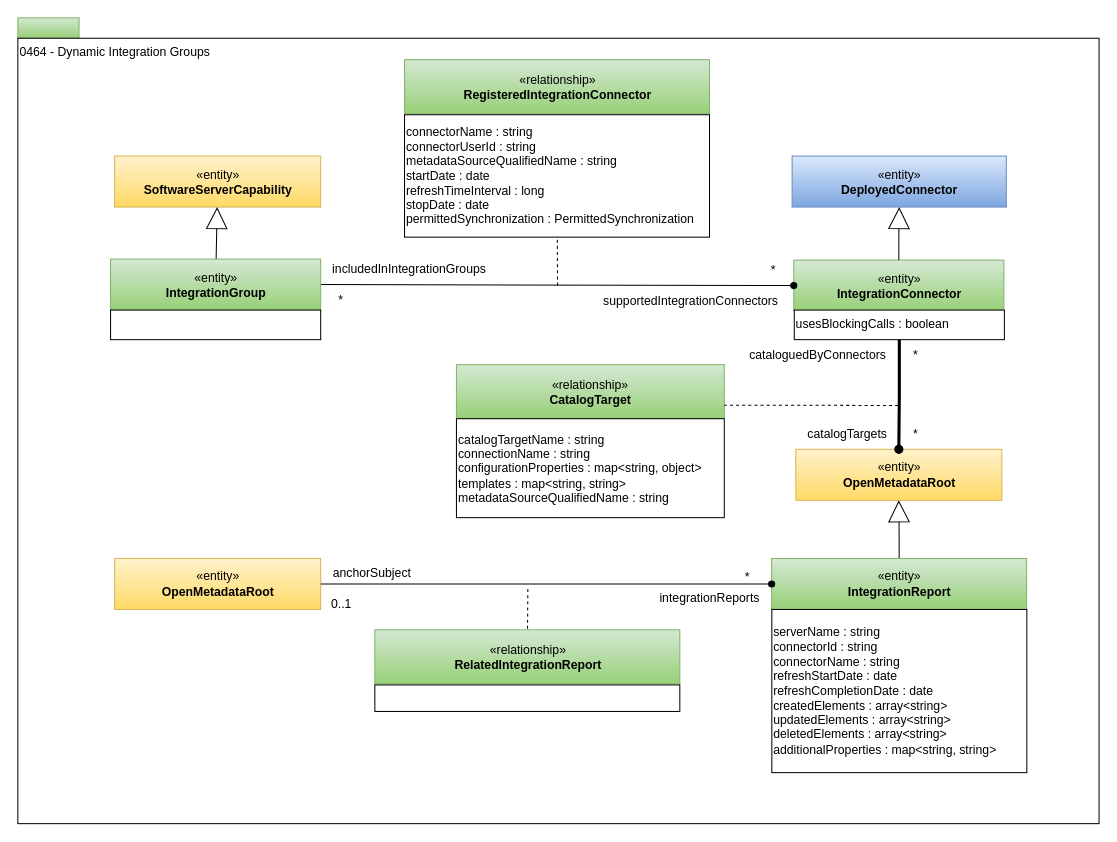
This is page "0464-Dynamic-Integration-Groups" (24 of 32) of site/docs/types/4/area-4-governance.drawio from odpi/egeria-docs, a draw.io file, before an edit. Source tidied: cells renumbered, new cells numbered last; positions are measured from the earlier drawing's top-left corner, leaving out a move shared by most shapes. Both pictures are drawn from the tidied source at 102%, with x=0, y=0 at pixel (17, 17).
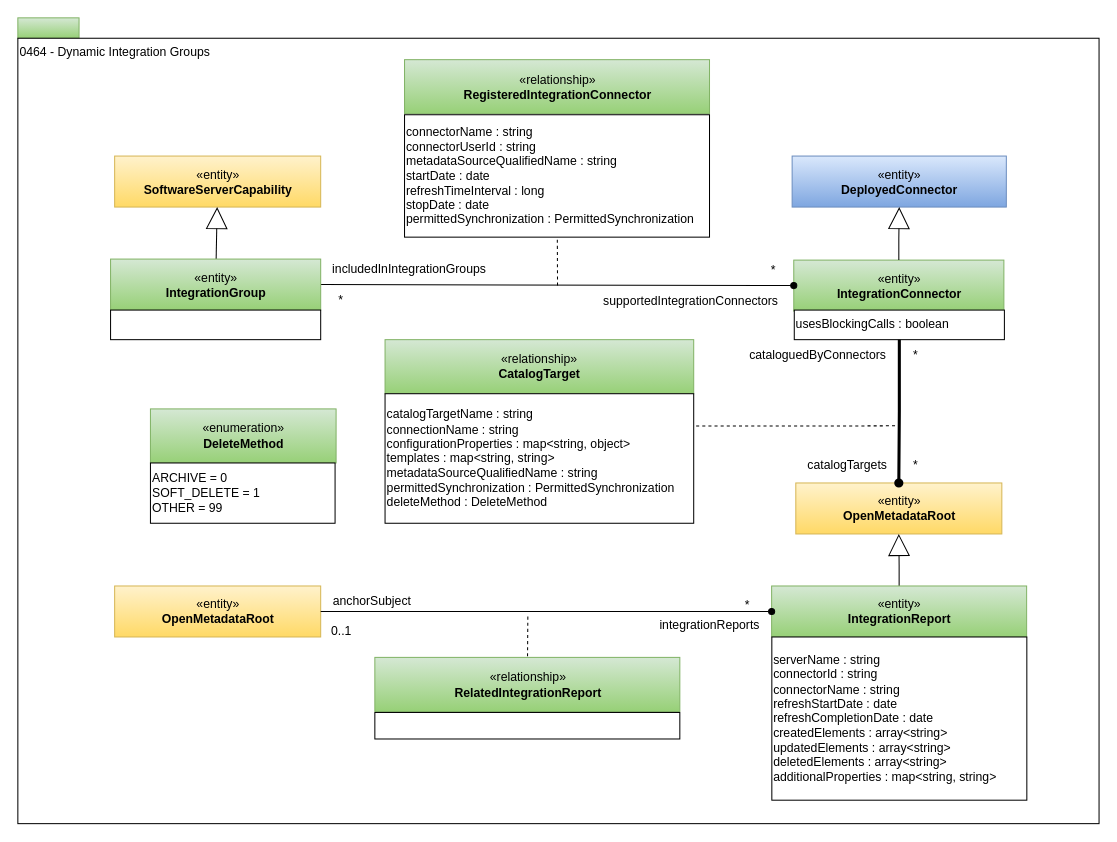
After the change.

Change to the diagram source:
```diff
@@
     <mxCell id="20" value="«entity»&lt;br&gt;&lt;b&gt;OpenMetadataRoot&lt;/b&gt;" style="html=1;strokeColor=#d6b656;align=center;fillColor=#fff2cc;gradientColor=#ffd966;" parent="1" vertex="1">
-      <mxGeometry x="762.7" y="423" width="202" height="50" as="geometry" />
+      <mxGeometry x="762.7" y="456" width="202" height="50" as="geometry" />
     </mxCell>
     <mxCell id="21" value="«relationship»&lt;br&gt;&lt;b&gt;CatalogTarget&lt;/b&gt;" style="html=1;strokeColor=#82b366;align=center;fillColor=#d5e8d4;gradientColor=#97d077;" parent="1" vertex="1">
-      <mxGeometry x="430" y="340" width="262.6" height="53" as="geometry" />
+      <mxGeometry x="360" y="315.5" width="302.6" height="53" as="geometry" />
     </mxCell>
-    <mxCell id="22" style="endArrow=none;dashed=1;html=1;entryX=1;entryY=0.75;entryDx=0;entryDy=0;" parent="1" edge="1" target="21">
+    <mxCell id="22" style="endArrow=none;dashed=1;html=1;entryX=1;entryY=0.25;entryDx=0;entryDy=0;" parent="1" edge="1" target="23">
       <mxGeometry relative="1" as="geometry">
-        <mxPoint x="863.1" y="380" as="sourcePoint" />
+        <mxPoint x="860" y="400" as="sourcePoint" />
       </mxGeometry>
     </mxCell>
-    <mxCell id="23" value="catalogTargetName : string&lt;div&gt;connectionName : string&lt;br&gt;configurationProperties : map&amp;lt;string, object&amp;gt;&lt;/div&gt;&lt;div&gt;templates : map&amp;lt;string, string&amp;gt;&lt;br&gt;metadataSourceQualifiedName : string&lt;/div&gt;" style="rounded=0;whiteSpace=wrap;html=1;strokeColor=#000000;align=left;fillColor=#ffffff;" parent="1" vertex="1">
-      <mxGeometry x="430" y="393" width="262.6" height="97" as="geometry" />
+    <mxCell id="23" value="catalogTargetName : string&lt;div&gt;connectionName : string&lt;br&gt;configurationProperties : map&amp;lt;string, object&amp;gt;&lt;/div&gt;&lt;div&gt;templates : map&amp;lt;string, string&amp;gt;&lt;br&gt;metadataSourceQualifiedName : string&lt;/div&gt;&lt;div&gt;permittedSynchronization : PermittedSynchronization&lt;/div&gt;&lt;div&gt;deleteMethod : DeleteMethod&lt;/div&gt;" style="rounded=0;whiteSpace=wrap;html=1;strokeColor=#000000;align=left;fillColor=#ffffff;" parent="1" vertex="1">
+      <mxGeometry x="360" y="368.5" width="302.6" height="127" as="geometry" />
     </mxCell>
@@
     <mxCell id="25" value="*" style="text;html=1;align=center;verticalAlign=middle;strokeColor=none;fillColor=none;" parent="1" vertex="1">
-      <mxGeometry x="864.7" y="393" width="30" height="30" as="geometry" />
+      <mxGeometry x="864.7" y="424" width="30" height="30" as="geometry" />
     </mxCell>
@@
     <mxCell id="27" value="catalogTargets" style="text;html=1;align=center;verticalAlign=middle;strokeColor=none;fillColor=none;" parent="1" vertex="1">
-      <mxGeometry x="762.7" y="393" width="100" height="30" as="geometry" />
+      <mxGeometry x="762.7" y="424" width="100" height="30" as="geometry" />
     </mxCell>
@@
     <mxCell id="29" value="«entity»&lt;br&gt;&lt;b&gt;OpenMetadataRoot&lt;/b&gt;" style="html=1;strokeColor=#d6b656;align=center;fillColor=#fff2cc;gradientColor=#ffd966;" parent="1" vertex="1">
-      <mxGeometry x="94.9" y="530" width="202" height="50" as="geometry" />
+      <mxGeometry x="94.9" y="557" width="202" height="50" as="geometry" />
     </mxCell>
@@
     <mxCell id="31" value="«entity»&lt;br&gt;&lt;b&gt;IntegrationReport&lt;/b&gt;" style="html=1;strokeColor=#82b366;align=center;fillColor=#d5e8d4;gradientColor=#97d077;" parent="1" vertex="1">
-      <mxGeometry x="739" y="530" width="250" height="50" as="geometry" />
+      <mxGeometry x="739" y="557" width="250" height="50" as="geometry" />
     </mxCell>
     <mxCell id="32" value="serverName : string&lt;br&gt;connectorId : string&lt;br&gt;connectorName : string&lt;br&gt;refreshStartDate : date&lt;br&gt;refreshCompletionDate : date&lt;br&gt;createdElements : array&amp;lt;string&amp;gt;&lt;br&gt;updatedElements : array&amp;lt;string&amp;gt;&lt;br&gt;deletedElements : array&amp;lt;string&amp;gt;&lt;br&gt;additionalProperties : map&amp;lt;string, string&amp;gt;" style="rounded=0;whiteSpace=wrap;html=1;strokeColor=#000000;gradientColor=#ffffff;align=left;" parent="1" vertex="1">
-      <mxGeometry x="739.2" y="580" width="250" height="160" as="geometry" />
+      <mxGeometry x="739.2" y="607" width="250" height="160" as="geometry" />
     </mxCell>
@@
     <mxCell id="34" value="anchorSubject" style="text;html=1;align=center;verticalAlign=middle;strokeColor=none;fillColor=none;" parent="1" vertex="1">
-      <mxGeometry x="296.9" y="530" width="100" height="30" as="geometry" />
+      <mxGeometry x="296.9" y="557" width="100" height="30" as="geometry" />
     </mxCell>
     <mxCell id="35" value="integrationReports" style="text;html=1;align=center;verticalAlign=middle;strokeColor=none;fillColor=none;" parent="1" vertex="1">
-      <mxGeometry x="618.1" y="554" width="120" height="30" as="geometry" />
+      <mxGeometry x="618.1" y="581" width="120" height="30" as="geometry" />
     </mxCell>
     <mxCell id="36" value="0..1" style="text;html=1;align=center;verticalAlign=middle;strokeColor=none;fillColor=none;" parent="1" vertex="1">
-      <mxGeometry x="296.9" y="560" width="40" height="30" as="geometry" />
+      <mxGeometry x="296.9" y="587" width="40" height="30" as="geometry" />
     </mxCell>
     <mxCell id="37" value="*" style="text;html=1;align=center;verticalAlign=middle;strokeColor=none;fillColor=none;" parent="1" vertex="1">
-      <mxGeometry x="699.7" y="534" width="30" height="30" as="geometry" />
+      <mxGeometry x="699.7" y="561" width="30" height="30" as="geometry" />
     </mxCell>
     <mxCell id="38" value="«relationship»&lt;br&gt;&lt;b&gt;RelatedIntegrationReport&lt;/b&gt;" style="html=1;strokeColor=#82b366;align=center;fillColor=#d5e8d4;gradientColor=#97d077;" parent="1" vertex="1">
-      <mxGeometry x="350" y="600" width="299" height="53" as="geometry" />
+      <mxGeometry x="350" y="627" width="299" height="53" as="geometry" />
     </mxCell>
     <mxCell id="39" style="endArrow=none;dashed=1;html=1;" parent="1" edge="1" target="38">
       <mxGeometry relative="1" as="geometry">
-        <mxPoint x="500" y="560" as="sourcePoint" />
+        <mxPoint x="500" y="587" as="sourcePoint" />
       </mxGeometry>
     </mxCell>
     <mxCell id="40" style="rounded=0;whiteSpace=wrap;html=1;strokeColor=#000000;align=left;fillColor=#ffffff;" parent="1" vertex="1">
-      <mxGeometry x="350" y="654" width="299" height="26" as="geometry" />
+      <mxGeometry x="350" y="681" width="299" height="26" as="geometry" />
     </mxCell>
+    <mxCell id="41" value="«enumeration»&lt;br&gt;&lt;b&gt;DeleteMethod&lt;/b&gt;" style="html=1;strokeColor=#82b366;align=center;fillColor=#d5e8d4;gradientColor=#97d077;" parent="1" vertex="1">
+      <mxGeometry x="130" y="383.4" width="182" height="53" as="geometry" />
+    </mxCell>
+    <mxCell id="42" value="ARCHIVE = 0&lt;br&gt;SOFT_DELETE = 1&lt;br&gt;OTHER = 99" style="rounded=0;whiteSpace=wrap;html=1;strokeColor=#000000;gradientColor=#ffffff;align=left;" parent="1" vertex="1">
+      <mxGeometry x="130" y="436.4" width="181" height="59.1" as="geometry" />
+    </mxCell>
```
